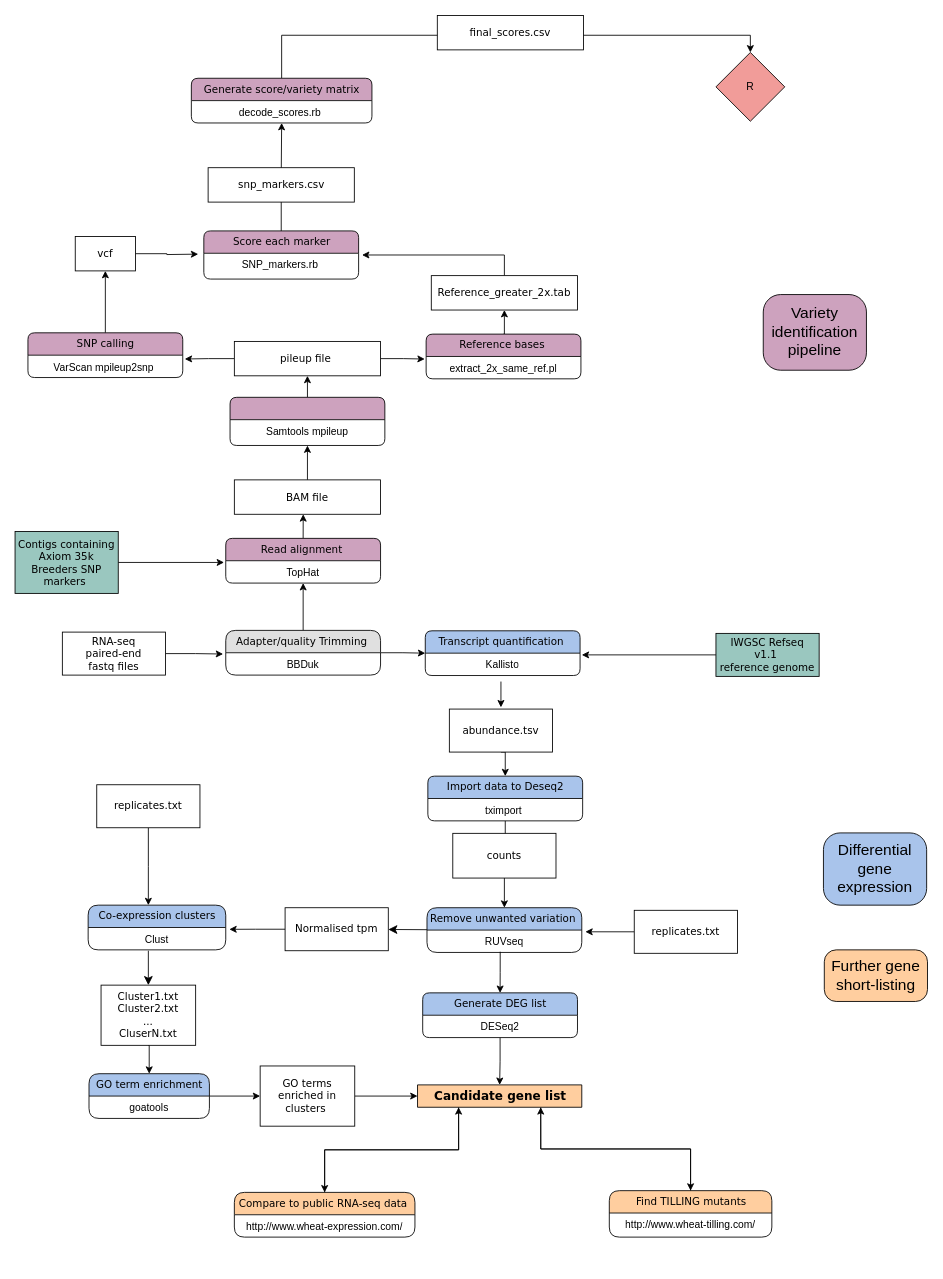
The draw.io diagram Untitled Diagram.drawio in pilarcormo/Wheat-response-PST, before the edit. Source tidied: cells renumbered, new cells numbered last; positions are measured from the earlier drawing's top-left corner, leaving out a move shared by most shapes. Both pictures are drawn from the tidied source at 86%, with x=0, y=0 at pixel (15, 15).
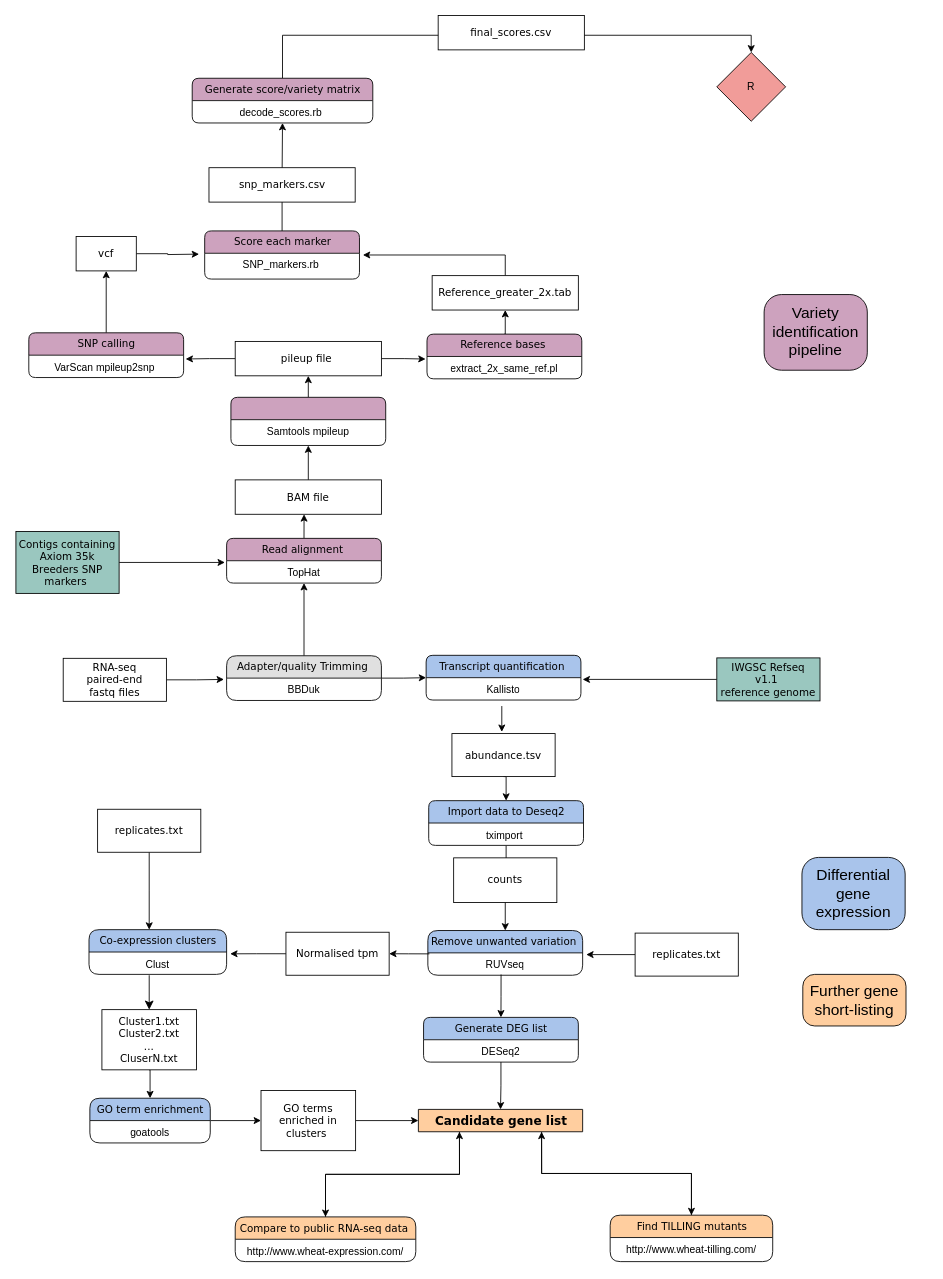
Above is the later version.

Unchanged cells that the change refers to:
```xml
<mxCell id="10" value="RUVseq" style="text;html=1;strokeColor=none;fillColor=none;spacingLeft=4;spacingRight=4;whiteSpace=wrap;overflow=hidden;points=[[0,0.5],[1,0.5]];portConstraint=eastwest;align=center;" parent="9" vertex="1">
  <mxGeometry y="26" width="180" height="26" as="geometry" />
</mxCell>
```

The edit, as a diff of the source:
```diff
@@
     <mxCell id="3" value="RNA-seq &lt;br&gt;paired-end &lt;br&gt;fastq files" style="whiteSpace=wrap;html=1;rounded=0;shadow=0;comic=0;labelBackgroundColor=none;strokeColor=#000000;strokeWidth=1;fillColor=#FFFFFF;fontFamily=Verdana;fontSize=12;fontColor=#000000;align=center;" parent="1" vertex="1">
-      <mxGeometry x="55" y="716.5" width="120" height="50" as="geometry" />
+      <mxGeometry x="56" y="747" width="120" height="50" as="geometry" />
     </mxCell>
@@
     <mxCell id="6" value="Adapter/quality Trimming&amp;nbsp;" style="swimlane;html=1;fontStyle=0;horizontal=1;startSize=26;fillColor=#e0e0e0;swimlaneFillColor=#ffffff;align=center;rounded=1;shadow=0;comic=0;labelBackgroundColor=none;strokeColor=#000000;strokeWidth=1;fontFamily=Verdana;fontSize=12;fontColor=#000000;" parent="1" vertex="1">
-      <mxGeometry x="245" y="714.5" width="180" height="52" as="geometry" />
+      <mxGeometry x="246" y="744" width="180" height="52" as="geometry" />
     </mxCell>
@@
-    <mxCell id="8" style="edgeStyle=none;html=1;labelBackgroundColor=none;startFill=0;startSize=8;endFill=1;endSize=8;fontFamily=Verdana;fontSize=12;" parent="1" edge="1" source="9" target="18">
-      <mxGeometry relative="1" as="geometry" />
-    </mxCell>
     <mxCell id="9" value="Remove unwanted variation&amp;nbsp;" style="swimlane;html=1;fontStyle=0;horizontal=1;startSize=26;fillColor=#A9C4EB;swimlaneFillColor=#ffffff;align=center;rounded=1;shadow=0;comic=0;labelBackgroundColor=none;strokeColor=#000000;strokeWidth=1;fontFamily=Verdana;fontSize=12;fontColor=#000000;" parent="1" vertex="1">
-      <mxGeometry x="479" y="1037" width="180" height="52" as="geometry" />
+      <mxGeometry x="480" y="1063.5" width="180" height="52" as="geometry" />
     </mxCell>
@@
     <mxCell id="11" style="edgeStyle=orthogonalEdgeStyle;rounded=0;orthogonalLoop=1;jettySize=auto;html=1;" parent="1" edge="1">
       <mxGeometry relative="1" as="geometry">
-        <mxPoint x="565" y="774" as="sourcePoint" />
-        <mxPoint x="565" y="804" as="targetPoint" />
+        <mxPoint x="566" y="802.5" as="sourcePoint" />
+        <mxPoint x="566" y="832.5" as="targetPoint" />
       </mxGeometry>
     </mxCell>
     <mxCell id="12" value="Transcript quantification&amp;nbsp;" style="swimlane;html=1;fontStyle=0;horizontal=1;startSize=26;fillColor=#A9C4EB;swimlaneFillColor=#ffffff;align=center;rounded=1;shadow=0;comic=0;labelBackgroundColor=none;strokeColor=#000000;strokeWidth=1;fontFamily=Verdana;fontSize=12;fontColor=#000000;arcSize=10;" parent="1" vertex="1">
-      <mxGeometry x="477" y="715" width="180" height="52" as="geometry" />
+      <mxGeometry x="478" y="743.5" width="180" height="52" as="geometry" />
     </mxCell>
@@
     <mxCell id="14" style="edgeStyle=none;html=1;labelBackgroundColor=none;startFill=0;startSize=8;endFill=1;endSize=8;fontFamily=Verdana;fontSize=12;entryX=0.5;entryY=0;entryDx=0;entryDy=0;" parent="1" edge="1" target="37">
       <mxGeometry relative="1" as="geometry">
-        <mxPoint x="155" y="1087" as="sourcePoint" />
+        <mxPoint x="156" y="1115.5" as="sourcePoint" />
       </mxGeometry>
     </mxCell>
     <mxCell id="15" value="Co-expression clusters" style="swimlane;html=1;fontStyle=0;horizontal=1;startSize=26;fillColor=#A9C4EB;swimlaneFillColor=#ffffff;align=center;rounded=1;shadow=0;comic=0;labelBackgroundColor=none;strokeColor=#000000;strokeWidth=1;fontFamily=Verdana;fontSize=12;fontColor=#000000;" parent="1" vertex="1">
-      <mxGeometry x="85" y="1034" width="160" height="52" as="geometry" />
+      <mxGeometry x="86" y="1062.5" width="160" height="52" as="geometry" />
     </mxCell>
@@
     <mxCell id="18" value="Normalised tpm" style="whiteSpace=wrap;html=1;rounded=0;shadow=0;comic=0;labelBackgroundColor=none;strokeColor=#000000;strokeWidth=1;fillColor=#FFFFFF;fontFamily=Verdana;fontSize=12;fontColor=#000000;align=center;" parent="1" vertex="1">
-      <mxGeometry x="314" y="1037" width="120" height="50" as="geometry" />
+      <mxGeometry x="315" y="1065.5" width="120" height="50" as="geometry" />
     </mxCell>
@@
     <mxCell id="20" value="IWGSC Refseq v1.1&amp;nbsp;&lt;br&gt;reference genome&lt;br&gt;" style="whiteSpace=wrap;html=1;rounded=0;shadow=0;comic=0;labelBackgroundColor=none;strokeColor=#000000;strokeWidth=1;fillColor=#9AC7BF;fontFamily=Verdana;fontSize=12;fontColor=#000000;align=center;" parent="1" vertex="1">
-      <mxGeometry x="815" y="718" width="120" height="50" as="geometry" />
+      <mxGeometry x="816" y="746.5" width="120" height="50" as="geometry" />
     </mxCell>
@@
     <mxCell id="22" value="Read alignment&amp;nbsp;" style="swimlane;html=1;fontStyle=0;horizontal=1;startSize=26;fillColor=#CDA2BE;swimlaneFillColor=#ffffff;align=center;rounded=1;shadow=0;comic=0;labelBackgroundColor=none;strokeColor=#000000;strokeWidth=1;fontFamily=Verdana;fontSize=12;fontColor=#000000;arcSize=10;" parent="1" vertex="1">
-      <mxGeometry x="245" y="607.5" width="180" height="52" as="geometry" />
+      <mxGeometry x="246" y="607.5" width="180" height="52" as="geometry" />
     </mxCell>
@@
     <mxCell id="25" value="Reference bases&amp;nbsp;" style="swimlane;html=1;fontStyle=0;horizontal=1;startSize=26;fillColor=#CDA2BE;swimlaneFillColor=#ffffff;align=center;rounded=1;shadow=0;comic=0;labelBackgroundColor=none;strokeColor=#000000;strokeWidth=1;fontFamily=Verdana;fontSize=12;fontColor=#000000;arcSize=10;" parent="1" vertex="1">
-      <mxGeometry x="478" y="370" width="180" height="52" as="geometry" />
+      <mxGeometry x="479" y="370" width="180" height="52" as="geometry" />
     </mxCell>
@@
     <mxCell id="28" value="Compare to public RNA-seq data&amp;nbsp;" style="swimlane;html=1;fontStyle=0;horizontal=1;startSize=26;fillColor=#FFCE9F;swimlaneFillColor=#ffffff;align=center;rounded=1;shadow=0;comic=0;labelBackgroundColor=none;strokeColor=#000000;strokeWidth=1;fontFamily=Verdana;fontSize=12;fontColor=#000000;" parent="1" vertex="1">
-      <mxGeometry x="255" y="1368" width="210" height="52" as="geometry" />
+      <mxGeometry x="256" y="1396.5" width="210" height="52" as="geometry" />
     </mxCell>
@@
     <mxCell id="31" value="Find TILLING mutants" style="swimlane;html=1;fontStyle=0;horizontal=1;startSize=26;fillColor=#FFCE9F;swimlaneFillColor=#ffffff;align=center;rounded=1;shadow=0;comic=0;labelBackgroundColor=none;strokeColor=#000000;strokeWidth=1;fontFamily=Verdana;fontSize=12;fontColor=#000000;" parent="1" vertex="1">
-      <mxGeometry x="691" y="1366" width="189" height="54" as="geometry" />
+      <mxGeometry x="692" y="1394.5" width="189" height="54" as="geometry" />
     </mxCell>
@@
     <mxCell id="34" value="SNP calling" style="swimlane;html=1;fontStyle=0;horizontal=1;startSize=26;fillColor=#CDA2BE;swimlaneFillColor=#ffffff;align=center;rounded=1;shadow=0;comic=0;labelBackgroundColor=none;strokeColor=#000000;strokeWidth=1;fontFamily=Verdana;fontSize=12;fontColor=#000000;arcSize=10;" parent="1" vertex="1">
-      <mxGeometry x="15" y="368.5" width="180" height="52" as="geometry" />
+      <mxGeometry x="16" y="368.5" width="180" height="52" as="geometry" />
     </mxCell>
@@
     <mxCell id="37" value="Cluster1.txt&lt;br&gt;Cluster2.txt&lt;br&gt;...&lt;br&gt;CluserN.txt&lt;br&gt;" style="whiteSpace=wrap;html=1;rounded=0;shadow=0;comic=0;labelBackgroundColor=none;strokeColor=#000000;strokeWidth=1;fillColor=#FFFFFF;fontFamily=Verdana;fontSize=12;fontColor=#000000;align=center;" parent="1" vertex="1">
-      <mxGeometry x="100" y="1127" width="110" height="70" as="geometry" />
+      <mxGeometry x="101" y="1155.5" width="110" height="70" as="geometry" />
     </mxCell>
@@
     <mxCell id="39" value="abundance.tsv" style="whiteSpace=wrap;html=1;rounded=0;shadow=0;comic=0;labelBackgroundColor=none;strokeColor=#000000;strokeWidth=1;fillColor=#FFFFFF;fontFamily=Verdana;fontSize=12;fontColor=#000000;align=center;" parent="1" vertex="1">
-      <mxGeometry x="505" y="806" width="120" height="50" as="geometry" />
+      <mxGeometry x="508" y="834.5" width="120" height="50" as="geometry" />
     </mxCell>
     <mxCell id="40" style="edgeStyle=orthogonalEdgeStyle;rounded=0;jettySize=auto;html=1;exitX=0.5;exitY=1;exitDx=0;exitDy=0;" parent="1" edge="1" source="41">
       <mxGeometry relative="1" as="geometry">
-        <mxPoint x="155" y="1034" as="targetPoint" />
+        <mxPoint x="156" y="1062.5" as="targetPoint" />
       </mxGeometry>
     </mxCell>
     <mxCell id="41" value="replicates.txt" style="whiteSpace=wrap;html=1;rounded=0;shadow=0;comic=0;labelBackgroundColor=none;strokeColor=#000000;strokeWidth=1;fillColor=#FFFFFF;fontFamily=Verdana;fontSize=12;fontColor=#000000;align=center;" parent="1" vertex="1">
-      <mxGeometry x="95" y="894" width="120" height="50" as="geometry" />
+      <mxGeometry x="96" y="922.5" width="120" height="50" as="geometry" />
     </mxCell>
@@
     <mxCell id="43" value="Contigs containing Axiom 35k Breeders SNP markers&amp;nbsp;&lt;br&gt;" style="whiteSpace=wrap;html=1;rounded=0;shadow=0;comic=0;labelBackgroundColor=none;strokeColor=#000000;strokeWidth=1;fillColor=#9AC7BF;fontFamily=Verdana;fontSize=12;fontColor=#000000;align=center;" parent="1" vertex="1">
-      <mxGeometry y="599.5" width="120" height="72" as="geometry" />
+      <mxGeometry x="1" y="599.5" width="120" height="72" as="geometry" />
     </mxCell>
     <mxCell id="44" style="edgeStyle=orthogonalEdgeStyle;rounded=0;jettySize=auto;html=1;exitX=1;exitY=0.5;exitDx=0;exitDy=0;" parent="1" edge="1" source="45">
       <mxGeometry relative="1" as="geometry">
-        <mxPoint x="213" y="277" as="targetPoint" />
+        <mxPoint x="214" y="277" as="targetPoint" />
       </mxGeometry>
     </mxCell>
     <mxCell id="45" value="vcf&lt;br&gt;" style="whiteSpace=wrap;html=1;rounded=0;shadow=0;comic=0;labelBackgroundColor=none;strokeColor=#000000;strokeWidth=1;fillColor=#FFFFFF;fontFamily=Verdana;fontSize=12;fontColor=#000000;align=center;" parent="1" vertex="1">
-      <mxGeometry x="70" y="256.5" width="70" height="40" as="geometry" />
+      <mxGeometry x="71" y="256.5" width="70" height="40" as="geometry" />
     </mxCell>
@@
     <mxCell id="47" value="Reference_greater_2x.tab&lt;br&gt;" style="whiteSpace=wrap;html=1;rounded=0;shadow=0;comic=0;labelBackgroundColor=none;strokeColor=#000000;strokeWidth=1;fillColor=#FFFFFF;fontFamily=Verdana;fontSize=12;fontColor=#000000;align=center;" parent="1" vertex="1">
-      <mxGeometry x="484" y="302" width="170" height="40" as="geometry" />
+      <mxGeometry x="485" y="302" width="170" height="40" as="geometry" />
     </mxCell>
@@
     <mxCell id="49" value="Score each marker" style="swimlane;html=1;fontStyle=0;horizontal=1;startSize=26;fillColor=#CDA2BE;swimlaneFillColor=#ffffff;align=center;rounded=1;shadow=0;comic=0;labelBackgroundColor=none;strokeColor=#000000;strokeWidth=1;fontFamily=Verdana;fontSize=12;fontColor=#000000;arcSize=10;" parent="1" vertex="1">
-      <mxGeometry x="219.5" y="250" width="180" height="56" as="geometry" />
+      <mxGeometry x="220.5" y="250" width="180" height="56" as="geometry" />
     </mxCell>
@@
     <mxCell id="52" value="BAM file&lt;br&gt;" style="whiteSpace=wrap;html=1;rounded=0;shadow=0;comic=0;labelBackgroundColor=none;strokeColor=#000000;strokeWidth=1;fillColor=#FFFFFF;fontFamily=Verdana;fontSize=12;fontColor=#000000;align=center;" parent="1" vertex="1">
-      <mxGeometry x="255" y="539.5" width="170" height="40" as="geometry" />
+      <mxGeometry x="256" y="539.5" width="170" height="40" as="geometry" />
     </mxCell>
@@
     <mxCell id="54" value="Generate score/variety matrix" style="swimlane;html=1;fontStyle=0;horizontal=1;startSize=26;fillColor=#CDA2BE;swimlaneFillColor=#ffffff;align=center;rounded=1;shadow=0;comic=0;labelBackgroundColor=none;strokeColor=#000000;strokeWidth=1;fontFamily=Verdana;fontSize=12;fontColor=#000000;arcSize=10;" parent="1" vertex="1">
-      <mxGeometry x="205" y="72.5" width="210" height="52" as="geometry" />
+      <mxGeometry x="206" y="72.5" width="210" height="52" as="geometry" />
     </mxCell>
@@
     <mxCell id="56" value="final_scores.csv&lt;br&gt;" style="whiteSpace=wrap;html=1;rounded=0;shadow=0;comic=0;labelBackgroundColor=none;strokeColor=#000000;strokeWidth=1;fillColor=#FFFFFF;fontFamily=Verdana;fontSize=12;fontColor=#000000;align=center;" parent="1" vertex="1">
-      <mxGeometry x="491" y="-0.5" width="170" height="40" as="geometry" />
+      <mxGeometry x="492" y="-0.5" width="170" height="40" as="geometry" />
     </mxCell>
     <mxCell id="57" value="R" style="rhombus;whiteSpace=wrap;html=1;fillColor=#F19C99;" parent="1" vertex="1">
-      <mxGeometry x="815" y="42.5" width="80" height="80" as="geometry" />
+      <mxGeometry x="816" y="42.5" width="80" height="80" as="geometry" />
     </mxCell>
@@
     <mxCell id="60" value="pileup file&amp;nbsp;&lt;br&gt;" style="whiteSpace=wrap;html=1;rounded=0;shadow=0;comic=0;labelBackgroundColor=none;strokeColor=#000000;strokeWidth=1;fillColor=#FFFFFF;fontFamily=Verdana;fontSize=12;fontColor=#000000;align=center;" parent="1" vertex="1">
-      <mxGeometry x="255" y="378.5" width="170" height="40" as="geometry" />
+      <mxGeometry x="256" y="378.5" width="170" height="40" as="geometry" />
     </mxCell>
@@
     <mxCell id="62" style="swimlane;html=1;fontStyle=0;horizontal=1;startSize=26;fillColor=#CDA2BE;swimlaneFillColor=#ffffff;align=center;rounded=1;shadow=0;comic=0;labelBackgroundColor=none;strokeColor=#000000;strokeWidth=1;fontFamily=Verdana;fontSize=12;fontColor=#000000;arcSize=10;" parent="1" vertex="1">
-      <mxGeometry x="250" y="443.5" width="180" height="56" as="geometry" />
+      <mxGeometry x="251" y="443.5" width="180" height="56" as="geometry" />
     </mxCell>
@@
     <mxCell id="64" value="snp_markers.csv&lt;br&gt;" style="whiteSpace=wrap;html=1;rounded=0;shadow=0;comic=0;labelBackgroundColor=none;strokeColor=#000000;strokeWidth=1;fillColor=#FFFFFF;fontFamily=Verdana;fontSize=12;fontColor=#000000;align=center;" parent="1" vertex="1">
-      <mxGeometry x="224.5" y="176.5" width="170" height="40" as="geometry" />
+      <mxGeometry x="225.5" y="176.5" width="170" height="40" as="geometry" />
     </mxCell>
     <mxCell id="65" value="&lt;font style=&quot;font-size: 18px&quot;&gt;Variety identification pipeline&lt;/font&gt;" style="rounded=1;whiteSpace=wrap;html=1;fillColor=#CDA2BE;arcSize=23;" parent="1" vertex="1">
-      <mxGeometry x="870" y="324" width="120" height="88" as="geometry" />
+      <mxGeometry x="871" y="324" width="120" height="88" as="geometry" />
     </mxCell>
@@
     <mxCell id="67" value="Import data to Deseq2" style="swimlane;html=1;fontStyle=0;horizontal=1;startSize=26;fillColor=#A9C4EB;swimlaneFillColor=#ffffff;align=center;rounded=1;shadow=0;comic=0;labelBackgroundColor=none;strokeColor=#000000;strokeWidth=1;fontFamily=Verdana;fontSize=12;fontColor=#000000;arcSize=10;" parent="1" vertex="1">
-      <mxGeometry x="480" y="884" width="180" height="52" as="geometry" />
+      <mxGeometry x="481" y="912.5" width="180" height="52" as="geometry" />
     </mxCell>
@@
     <mxCell id="69" value="counts" style="whiteSpace=wrap;html=1;rounded=0;shadow=0;comic=0;labelBackgroundColor=none;strokeColor=#000000;strokeWidth=1;fillColor=#FFFFFF;fontFamily=Verdana;fontSize=12;fontColor=#000000;align=center;" parent="1" vertex="1">
-      <mxGeometry x="509" y="950.5" width="120" height="52" as="geometry" />
+      <mxGeometry x="510" y="979" width="120" height="52" as="geometry" />
     </mxCell>
@@
     <mxCell id="71" value="GO term enrichment" style="swimlane;html=1;fontStyle=0;horizontal=1;startSize=26;fillColor=#A9C4EB;swimlaneFillColor=#ffffff;align=center;rounded=1;shadow=0;comic=0;labelBackgroundColor=none;strokeColor=#000000;strokeWidth=1;fontFamily=Verdana;fontSize=12;fontColor=#000000;" parent="1" vertex="1">
-      <mxGeometry x="86" y="1230" width="140" height="52" as="geometry" />
+      <mxGeometry x="87" y="1258.5" width="140" height="52" as="geometry" />
     </mxCell>
@@
     <mxCell id="73" value="&lt;font style=&quot;font-size: 18px&quot;&gt;Differential gene expression&lt;/font&gt;" style="rounded=1;whiteSpace=wrap;html=1;fillColor=#A9C4EB;arcSize=23;" parent="1" vertex="1">
-      <mxGeometry x="940" y="950" width="120" height="84" as="geometry" />
+      <mxGeometry x="915" y="978.5" width="120" height="84" as="geometry" />
     </mxCell>
@@
     <mxCell id="75" value="GO terms enriched in clusters&amp;nbsp;&lt;br&gt;" style="whiteSpace=wrap;html=1;rounded=0;shadow=0;comic=0;labelBackgroundColor=none;strokeColor=#000000;strokeWidth=1;fillColor=#FFFFFF;fontFamily=Verdana;fontSize=12;fontColor=#000000;align=center;" parent="1" vertex="1">
-      <mxGeometry x="285" y="1221" width="110" height="70" as="geometry" />
+      <mxGeometry x="286" y="1249.5" width="110" height="70" as="geometry" />
     </mxCell>
@@
     <mxCell id="77" value="replicates.txt" style="whiteSpace=wrap;html=1;rounded=0;shadow=0;comic=0;labelBackgroundColor=none;strokeColor=#000000;strokeWidth=1;fillColor=#FFFFFF;fontFamily=Verdana;fontSize=12;fontColor=#000000;align=center;" parent="1" vertex="1">
-      <mxGeometry x="720" y="1040" width="120" height="50" as="geometry" />
+      <mxGeometry x="721" y="1066.5" width="120" height="50" as="geometry" />
     </mxCell>
     <mxCell id="78" value="&lt;font style=&quot;font-size: 18px&quot;&gt;Further gene short-listing&lt;/font&gt;" style="rounded=1;whiteSpace=wrap;html=1;fillColor=#FFCE9F;arcSize=23;" parent="1" vertex="1">
-      <mxGeometry x="941" y="1086" width="120" height="60" as="geometry" />
+      <mxGeometry x="916" y="1114.5" width="120" height="60" as="geometry" />
     </mxCell>
@@
     <mxCell id="81" value="&lt;font style=&quot;font-size: 14px&quot;&gt;&lt;b&gt;Candidate gene list&lt;/b&gt;&lt;/font&gt;" style="swimlane;html=1;fontStyle=0;horizontal=1;startSize=26;fillColor=#FFCE9F;swimlaneFillColor=#ffffff;align=center;rounded=1;shadow=0;comic=0;labelBackgroundColor=none;strokeColor=#000000;strokeWidth=1;fontFamily=Verdana;fontSize=12;fontColor=#000000;" parent="1" vertex="1" collapsed="1">
-      <mxGeometry x="468" y="1243" width="191" height="26" as="geometry" />
+      <mxGeometry x="469" y="1271.5" width="191" height="26" as="geometry" />
     </mxCell>
@@
     <mxCell id="84" value="Generate DEG list" style="swimlane;html=1;fontStyle=0;horizontal=1;startSize=26;fillColor=#A9C4EB;swimlaneFillColor=#ffffff;align=center;rounded=1;shadow=0;comic=0;labelBackgroundColor=none;strokeColor=#000000;strokeWidth=1;fontFamily=Verdana;fontSize=12;fontColor=#000000;arcSize=10;" parent="1" vertex="1">
-      <mxGeometry x="474" y="1136" width="180" height="52" as="geometry" />
+      <mxGeometry x="475" y="1164.5" width="180" height="52" as="geometry" />
     </mxCell>
@@
+    <mxCell id="86" style="edgeStyle=orthogonalEdgeStyle;rounded=0;jettySize=auto;html=1;entryX=1;entryY=0.5;entryDx=0;entryDy=0;exitX=0.01;exitY=0.044;exitDx=0;exitDy=0;exitPerimeter=0;" parent="1" edge="1" source="10" target="18">
+      <mxGeometry relative="1" as="geometry" />
+    </mxCell>
```
